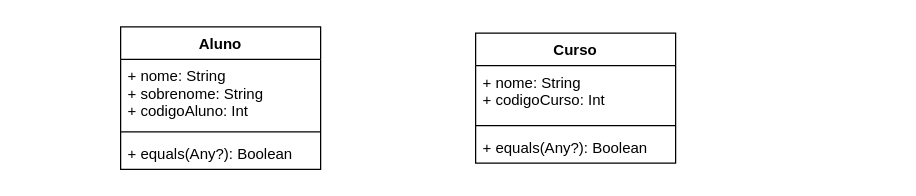
Above: UML-Desafio.drawio in GustavoSantos25/DesafioM-duloKotlin (draw.io), before the change. Source tidied: cells renumbered, new cells numbered last; positions are measured from the earlier drawing's top-left corner, leaving out a move shared by most shapes. Both pictures are drawn from the tidied source at 125%, with x=0, y=0 at pixel (120, 26).
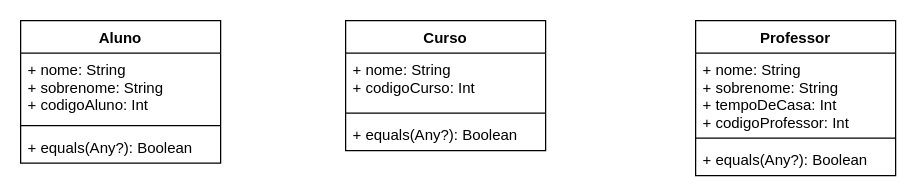
The same diagram, later.

Commit message:
Parte C - UML Classe Professor

Change to the diagram source:
```diff
@@
 <mxGraphModel>
   <root>
     <mxCell id="0" />
     <mxCell id="1" parent="0" />
     <mxCell id="2" value="Aluno" style="swimlane;fontStyle=1;align=center;verticalAlign=top;horizontal=1;startSize=26;" parent="1" vertex="1">
-      <mxGeometry width="160" height="114" as="geometry" />
+      <mxGeometry x="-80" y="-5" width="160" height="114" as="geometry" />
     </mxCell>
     <mxCell id="3" value="+ nome: String&#10;+ sobrenome: String&#10;+ codigoAluno: Int" style="text;strokeColor=none;fillColor=none;align=left;verticalAlign=top;spacingLeft=4;spacingRight=4;overflow=hidden;" parent="2" vertex="1">
       <mxGeometry y="26" width="160" height="54" as="geometry" />
     </mxCell>
     <mxCell id="4" style="line;strokeWidth=1;fillColor=none;align=left;verticalAlign=middle;spacingTop=-1;spacingLeft=3;spacingRight=3;labelPosition=right;" parent="2" vertex="1">
       <mxGeometry y="80" width="160" height="8" as="geometry" />
     </mxCell>
     <mxCell id="5" value="+ equals(Any?): Boolean" style="text;strokeColor=none;fillColor=none;align=left;verticalAlign=top;spacingLeft=4;spacingRight=4;overflow=hidden;" parent="2" vertex="1">
       <mxGeometry y="88" width="160" height="26" as="geometry" />
     </mxCell>
     <mxCell id="6" value="Curso" style="swimlane;fontStyle=1;align=center;verticalAlign=top;horizontal=1;startSize=26;" parent="1" vertex="1">
-      <mxGeometry x="284" y="5" width="160" height="104" as="geometry" />
+      <mxGeometry x="180" y="-5" width="160" height="104" as="geometry" />
     </mxCell>
     <mxCell id="7" value="+ nome: String&#10;+ codigoCurso: Int" style="text;strokeColor=none;fillColor=none;align=left;verticalAlign=top;spacingLeft=4;spacingRight=4;overflow=hidden;" parent="6" vertex="1">
       <mxGeometry y="26" width="160" height="44" as="geometry" />
     </mxCell>
     <mxCell id="8" style="line;strokeWidth=1;fillColor=none;align=left;verticalAlign=middle;spacingTop=-1;spacingLeft=3;spacingRight=3;labelPosition=right;" parent="6" vertex="1">
       <mxGeometry y="70" width="160" height="8" as="geometry" />
     </mxCell>
     <mxCell id="9" value="+ equals(Any?): Boolean" style="text;strokeColor=none;fillColor=none;align=left;verticalAlign=top;spacingLeft=4;spacingRight=4;overflow=hidden;" parent="6" vertex="1">
       <mxGeometry y="78" width="160" height="26" as="geometry" />
     </mxCell>
+    <mxCell id="10" value="Professor" style="swimlane;fontStyle=1;align=center;verticalAlign=top;horizontal=1;startSize=26;" parent="1" vertex="1">
+      <mxGeometry x="460" y="-5" width="160" height="124" as="geometry" />
+    </mxCell>
+    <mxCell id="11" value="+ nome: String&#10;+ sobrenome: String&#10;+ tempoDeCasa: Int&#10;+ codigoProfessor: Int" style="text;strokeColor=none;fillColor=none;align=left;verticalAlign=top;spacingLeft=4;spacingRight=4;overflow=hidden;" parent="10" vertex="1">
+      <mxGeometry y="26" width="160" height="64" as="geometry" />
+    </mxCell>
+    <mxCell id="12" style="line;strokeWidth=1;fillColor=none;align=left;verticalAlign=middle;spacingTop=-1;spacingLeft=3;spacingRight=3;labelPosition=right;" parent="10" vertex="1">
+      <mxGeometry y="90" width="160" height="8" as="geometry" />
+    </mxCell>
+    <mxCell id="13" value="+ equals(Any?): Boolean" style="text;strokeColor=none;fillColor=none;align=left;verticalAlign=top;spacingLeft=4;spacingRight=4;overflow=hidden;" parent="10" vertex="1">
+      <mxGeometry y="98" width="160" height="26" as="geometry" />
+    </mxCell>
   </root>
 </mxGraphModel>
```
